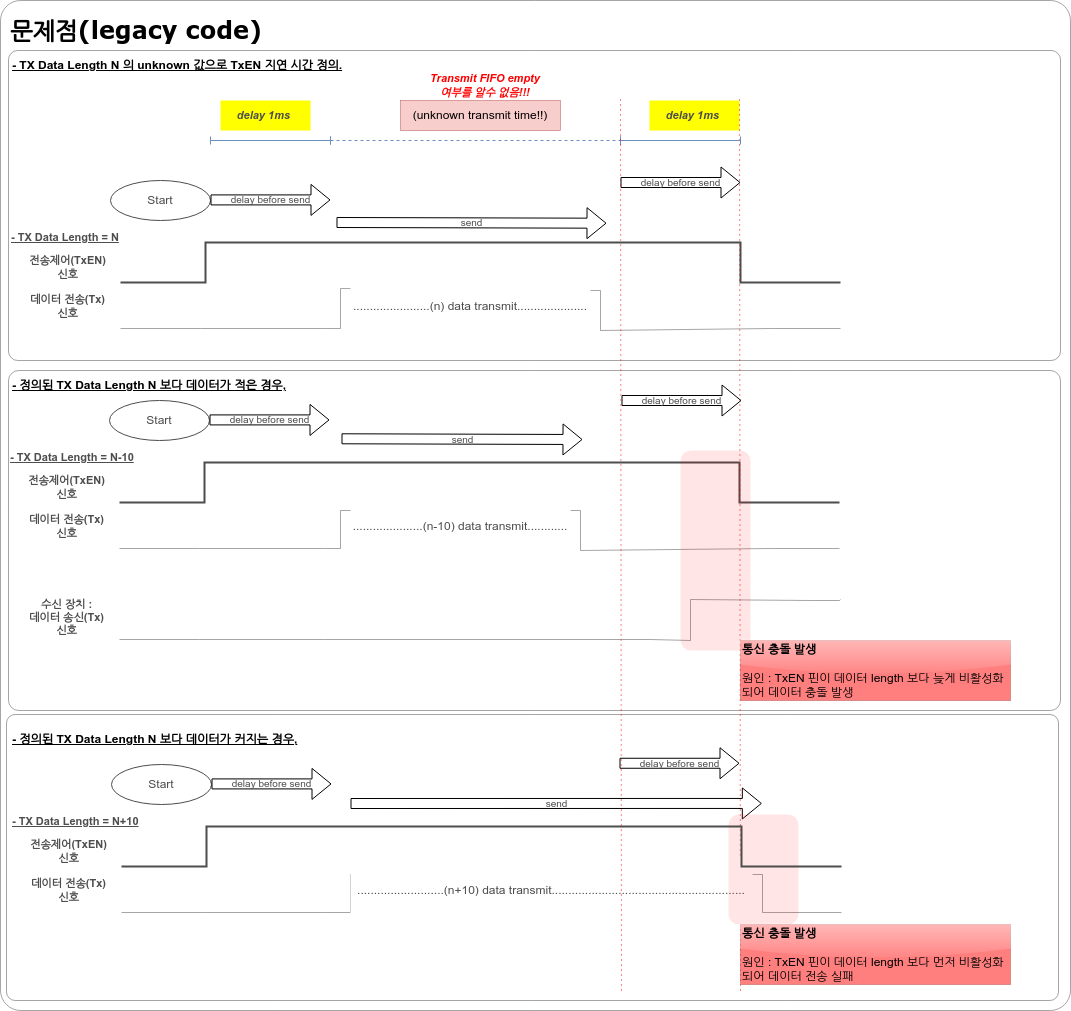
lchy0113/tcc_develop keeps this draw.io diagram as images/AMBA-PL011_RS485_06.png. Above is the earlier version. Source tidied: cells renumbered, new cells last; positions are measured from the earlier drawing's top-left corner, leaving out a move shared by most shapes.
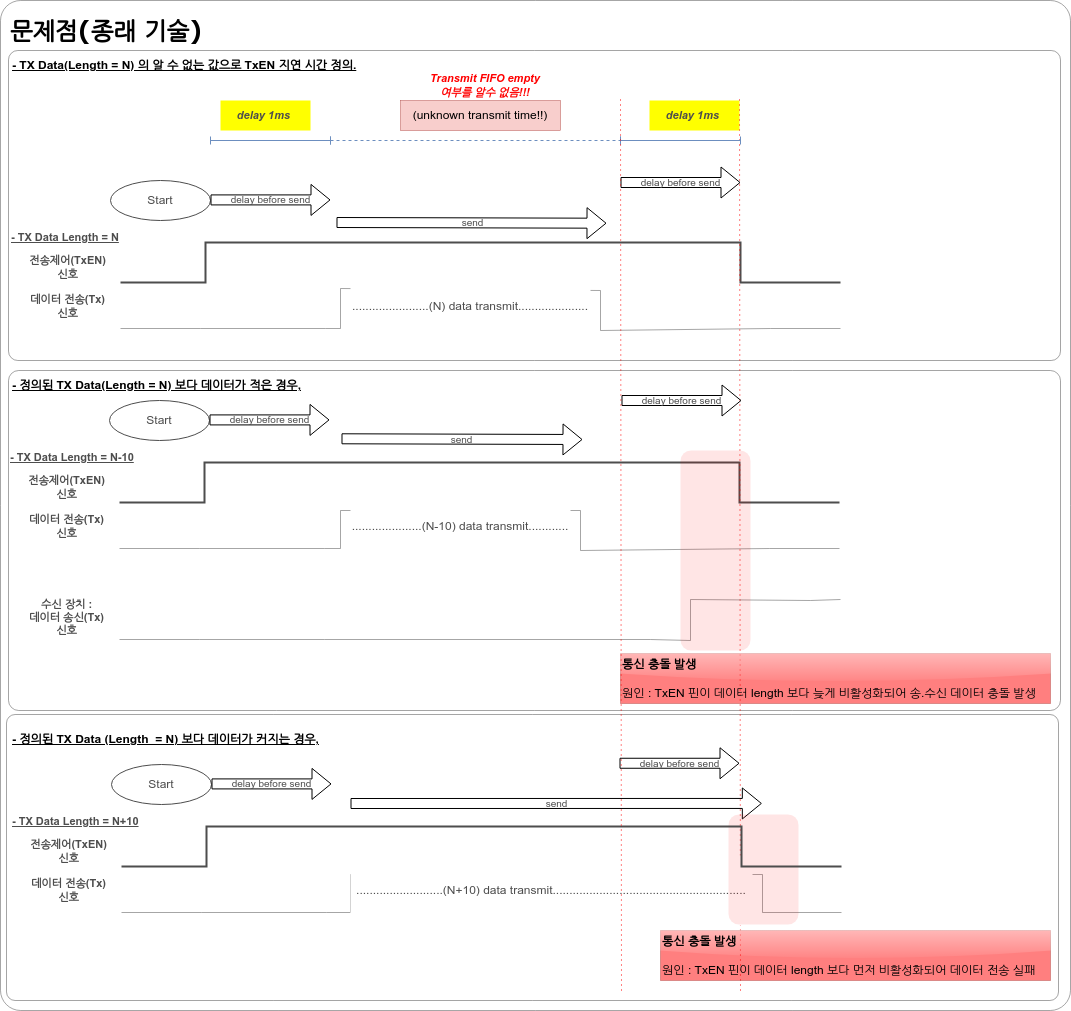
After the commit.

Change to the diagram source:
```diff
@@ -86,7 +86,7 @@
         </Array>
       </mxGeometry>
     </mxCell>
-    <mxCell id="19" value=".......................(n) data transmit....................." style="rounded=0;whiteSpace=wrap;html=1;strokeWidth=0.5;strokeColor=none;fontColor=#4D4D4D;" parent="1" vertex="1">
+    <mxCell id="19" value=".......................(N) data transmit....................." style="rounded=0;whiteSpace=wrap;html=1;strokeWidth=0.5;strokeColor=none;fontColor=#4D4D4D;" parent="1" vertex="1">
       <mxGeometry x="350" y="271" width="240" height="70" as="geometry" />
     </mxCell>
     <mxCell id="20" value="- TX Data Length = N" style="text;html=1;strokeColor=none;fillColor=none;align=left;verticalAlign=middle;whiteSpace=wrap;rounded=0;fontStyle=5;fontSize=11;fontColor=#4D4D4D;" parent="1" vertex="1">
@@ -140,7 +140,7 @@
         </Array>
       </mxGeometry>
     </mxCell>
-    <mxCell id="28" value=".....................(n-10) data transmit............" style="rounded=0;whiteSpace=wrap;html=1;strokeWidth=0.5;strokeColor=none;fontColor=#4D4D4D;" parent="1" vertex="1">
+    <mxCell id="28" value=".....................(N-10) data transmit............" style="rounded=0;whiteSpace=wrap;html=1;strokeWidth=0.5;strokeColor=none;fontColor=#4D4D4D;" parent="1" vertex="1">
       <mxGeometry x="350" y="491" width="220" height="70" as="geometry" />
     </mxCell>
     <mxCell id="29" value="- TX Data Length = N-10" style="text;html=1;strokeColor=none;fillColor=none;align=left;verticalAlign=middle;whiteSpace=wrap;rounded=0;fontStyle=5;fontSize=11;fontColor=#4D4D4D;" parent="1" vertex="1">
@@ -173,10 +173,10 @@
     <mxCell id="33" style="rounded=1;whiteSpace=wrap;html=1;fillColor=#FF0000;opacity=10;strokeColor=none;" parent="1" vertex="1">
       <mxGeometry x="680" y="450" width="70" height="200" as="geometry" />
     </mxCell>
-    <mxCell id="34" value="&lt;b&gt;통신 충돌 발생&lt;/b&gt;&lt;br&gt;&lt;br&gt;원인 : TxEN 핀이 데이터 length 보다 늦게 비활성화되어 데이터 충돌 발생" style="rounded=0;whiteSpace=wrap;html=1;opacity=50;fillColor=#FF0000;strokeColor=#b85450;align=left;glass=1;" parent="1" vertex="1">
-      <mxGeometry x="740" y="640" width="270" height="60" as="geometry" />
+    <mxCell id="34" value="&lt;b&gt;통신 충돌 발생&lt;/b&gt;&lt;br&gt;&lt;br&gt;원인 : TxEN 핀이 데이터 length 보다 늦게 비활성화되어 송.수신 데이터 충돌 발생" style="rounded=0;whiteSpace=wrap;html=1;opacity=50;fillColor=#FF0000;strokeColor=#b85450;align=left;glass=1;" parent="1" vertex="1">
+      <mxGeometry x="620" y="653" width="430" height="50" as="geometry" />
     </mxCell>
-    <mxCell id="35" value="&lt;h1&gt;&lt;font face=&quot;Verdana&quot;&gt;문제점(legacy code)&lt;/font&gt;&lt;/h1&gt;" style="text;html=1;strokeColor=none;fillColor=none;spacing=5;spacingTop=-20;whiteSpace=wrap;overflow=hidden;rounded=0;" parent="1" vertex="1">
+    <mxCell id="35" value="&lt;h1&gt;&lt;font face=&quot;Verdana&quot;&gt;문제점(종래 기술)&lt;/font&gt;&lt;/h1&gt;" style="text;html=1;strokeColor=none;fillColor=none;spacing=5;spacingTop=-20;whiteSpace=wrap;overflow=hidden;rounded=0;" parent="1" vertex="1">
       <mxGeometry x="5" y="10" width="495" height="100" as="geometry" />
     </mxCell>
     <mxCell id="36" value="전송제어(TxEN) &lt;br&gt;신호" style="text;html=1;strokeColor=none;fillColor=none;align=center;verticalAlign=middle;whiteSpace=wrap;rounded=0;fontStyle=1;fontSize=11;fontColor=#4D4D4D;" parent="1" vertex="1">
@@ -213,7 +213,7 @@
         </Array>
       </mxGeometry>
     </mxCell>
-    <mxCell id="42" value="..........................(n+10) data transmit.........................................................." style="rounded=0;whiteSpace=wrap;html=1;strokeWidth=0.5;strokeColor=none;fontColor=#4D4D4D;" parent="1" vertex="1">
+    <mxCell id="42" value="..........................(N+10) data transmit.........................................................." style="rounded=0;whiteSpace=wrap;html=1;strokeWidth=0.5;strokeColor=none;fontColor=#4D4D4D;" parent="1" vertex="1">
       <mxGeometry x="350" y="855" width="402" height="70" as="geometry" />
     </mxCell>
     <mxCell id="43" value="- TX Data Length = N+10" style="text;html=1;strokeColor=none;fillColor=none;align=left;verticalAlign=middle;whiteSpace=wrap;rounded=0;fontStyle=5;fontSize=11;fontColor=#4D4D4D;" parent="1" vertex="1">
@@ -223,7 +223,7 @@
       <mxGeometry x="728" y="814" width="70" height="110" as="geometry" />
     </mxCell>
     <mxCell id="45" value="&lt;b&gt;통신 충돌 발생&lt;/b&gt;&lt;br&gt;&lt;br&gt;원인 : TxEN 핀이 데이터 length 보다 먼저 비활성화되어 데이터 전송 실패" style="rounded=0;whiteSpace=wrap;html=1;opacity=50;fillColor=#FF0000;strokeColor=#b85450;align=left;glass=1;" parent="1" vertex="1">
-      <mxGeometry x="740" y="924" width="270" height="60" as="geometry" />
+      <mxGeometry x="660" y="930" width="390" height="50" as="geometry" />
     </mxCell>
     <mxCell id="46" style="endArrow=none;html=1;rounded=0;strokeColor=#4D4D4D;strokeWidth=2;" parent="1" edge="1">
       <mxGeometry relative="1" as="geometry">
@@ -237,13 +237,13 @@
         </Array>
       </mxGeometry>
     </mxCell>
-    <mxCell id="47" value="&lt;u&gt;- 정의된 TX Data Length N 보다 데이터가 적은 경우,&lt;/u&gt;" style="text;html=1;strokeColor=none;fillColor=none;align=left;verticalAlign=middle;whiteSpace=wrap;rounded=0;fontStyle=1;" parent="1" vertex="1">
-      <mxGeometry x="10" y="370" width="280" height="30" as="geometry" />
+    <mxCell id="47" value="&lt;u&gt;- 정의된 TX Data(Length = N) 보다 데이터가 적은 경우,&lt;/u&gt;" style="text;html=1;strokeColor=none;fillColor=none;align=left;verticalAlign=middle;whiteSpace=wrap;rounded=0;fontStyle=1;" parent="1" vertex="1">
+      <mxGeometry x="10" y="370" width="340" height="30" as="geometry" />
     </mxCell>
-    <mxCell id="48" value="&lt;u&gt;- 정의된 TX Data Length N 보다 데이터가 커지는 경우,&lt;/u&gt;" style="text;html=1;strokeColor=none;fillColor=none;align=left;verticalAlign=middle;whiteSpace=wrap;rounded=0;fontStyle=1;" parent="1" vertex="1">
-      <mxGeometry x="10" y="724" width="290" height="30" as="geometry" />
+    <mxCell id="48" value="&lt;u&gt;- 정의된 TX Data (Length&amp;nbsp; = N) 보다 데이터가 커지는 경우,&lt;/u&gt;" style="text;html=1;strokeColor=none;fillColor=none;align=left;verticalAlign=middle;whiteSpace=wrap;rounded=0;fontStyle=1;" parent="1" vertex="1">
+      <mxGeometry x="10" y="724" width="340" height="30" as="geometry" />
     </mxCell>
-    <mxCell id="49" value="- TX Data Length N 의 unknown 값으로 TxEN 지연 시간 정의." style="text;html=1;strokeColor=none;fillColor=none;align=left;verticalAlign=middle;whiteSpace=wrap;rounded=0;fontStyle=5;" parent="1" vertex="1">
+    <mxCell id="49" value="- TX Data(Length = N) 의 알 수 없는 값으로 TxEN 지연 시간 정의." style="text;html=1;strokeColor=none;fillColor=none;align=left;verticalAlign=middle;whiteSpace=wrap;rounded=0;fontStyle=5;" parent="1" vertex="1">
       <mxGeometry x="10" y="50" width="350" height="30" as="geometry" />
     </mxCell>
     <mxCell id="50" value="delay before send" style="shape=flexArrow;endArrow=classic;html=1;rounded=0;fontSize=10;labelBackgroundColor=none;fontColor=#4D4D4D;" parent="1" edge="1">
```
